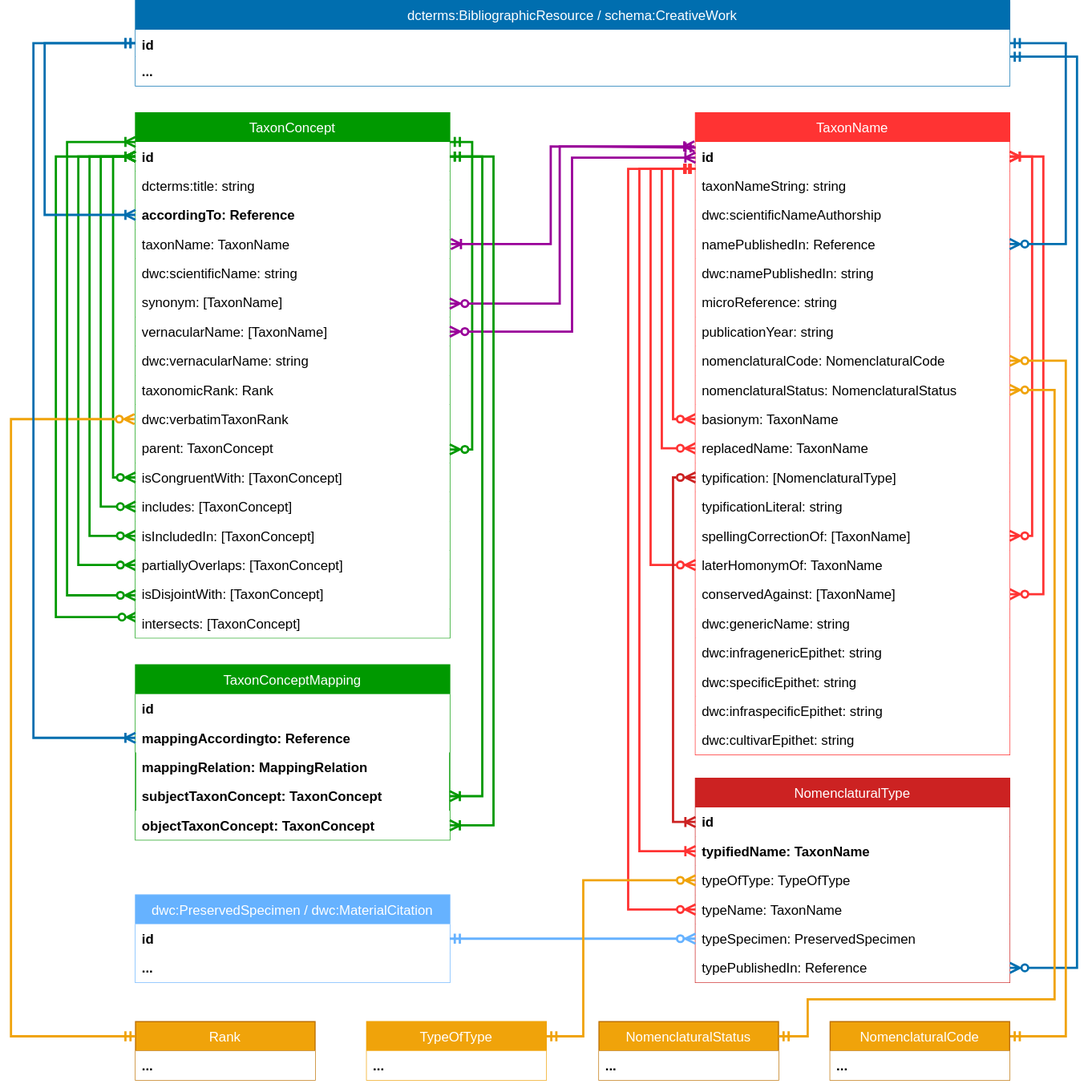
Earlier version of the draw.io export docs/media/tcs-diagram-20240926.drawio.svg (tdwg/tcs2). Source tidied: cells renumbered, new cells last; positions are measured from the earlier drawing's top-left corner, leaving out a move shared by most shapes.
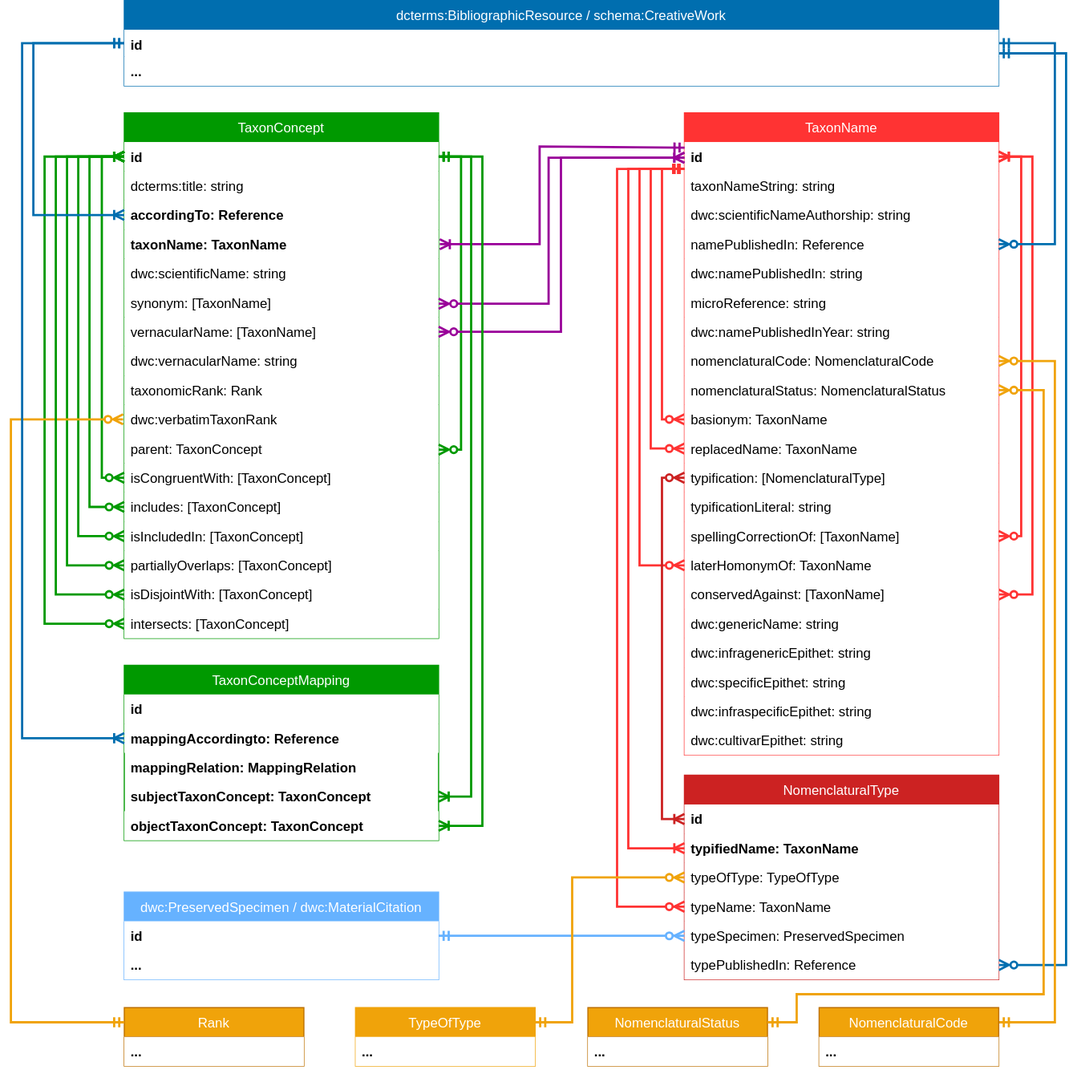
After the commit.

Commit message:
update TCS diagram

The edit, as a diff of the source:
```diff
@@ -14,7 +14,7 @@
     <mxCell id="5" value="accordingTo: Reference" style="text;strokeColor=none;align=left;verticalAlign=top;spacingLeft=4;spacingRight=4;overflow=hidden;fillColor=#ffffff;fontStyle=1;" parent="2" vertex="1">
       <mxGeometry y="78" width="280" height="26" as="geometry" />
     </mxCell>
-    <mxCell id="6" value="taxonName: TaxonName" style="text;strokeColor=none;align=left;verticalAlign=top;spacingLeft=4;spacingRight=4;overflow=hidden;fillColor=#ffffff;" parent="2" vertex="1">
+    <mxCell id="6" value="taxonName: TaxonName" style="text;strokeColor=none;align=left;verticalAlign=top;spacingLeft=4;spacingRight=4;overflow=hidden;fillColor=#ffffff;fontStyle=1;" parent="2" vertex="1">
       <mxGeometry y="104" width="280" height="26" as="geometry" />
     </mxCell>
     <mxCell id="7" value="dwc:scientificName: string" style="text;strokeColor=none;align=left;verticalAlign=top;spacingLeft=4;spacingRight=4;overflow=hidden;fillColor=#ffffff;" parent="2" vertex="1">
@@ -38,14 +38,12 @@
     <mxCell id="13" value="parent: TaxonConcept" style="text;strokeColor=none;align=left;verticalAlign=top;spacingLeft=4;spacingRight=4;overflow=hidden;fillColor=#ffffff;" parent="2" vertex="1">
       <mxGeometry y="286" width="280" height="26" as="geometry" />
     </mxCell>
-    <mxCell id="14" style="edgeStyle=orthogonalEdgeStyle;rounded=0;orthogonalLoop=1;jettySize=auto;html=1;entryX=1;entryY=0.5;entryDx=0;entryDy=0;strokeWidth=2;strokeColor=#009900;startArrow=ERzeroToMany;endArrow=ERmandOne;startFill=0;endFill=0;" parent="2" edge="1">
+    <mxCell id="14" style="edgeStyle=orthogonalEdgeStyle;rounded=0;jettySize=auto;html=1;entryX=1;entryY=0.5;entryDx=0;entryDy=0;strokeWidth=2;strokeColor=#009900;startArrow=ERzeroToMany;endArrow=ERmandOne;startFill=0;endFill=0;" parent="2" edge="1" target="3">
       <mxGeometry relative="1" as="geometry">
         <mxPoint x="280" y="300" as="sourcePoint" />
-        <mxPoint x="280" y="26" as="targetPoint" />
         <Array as="points">
-          <mxPoint x="280" y="300" />
           <mxPoint x="300" y="300" />
-          <mxPoint x="300" y="26" />
+          <mxPoint x="300" y="39" />
         </Array>
       </mxGeometry>
     </mxCell>
@@ -80,10 +78,10 @@
     <mxCell id="21" value="isDisjointWith: [TaxonConcept]" style="text;strokeColor=none;align=left;verticalAlign=top;spacingLeft=4;spacingRight=4;overflow=hidden;points=[[0,0.5],[1,0.5]];portConstraint=eastwest;fillColor=#ffffff;" parent="2" vertex="1">
       <mxGeometry y="416" width="280" height="26" as="geometry" />
     </mxCell>
-    <mxCell id="22" style="edgeStyle=orthogonalEdgeStyle;rounded=0;jettySize=auto;html=1;entryX=0;entryY=0.5;entryDx=0;entryDy=0;strokeColor=#009900;strokeWidth=2;startArrow=ERzeroToMany;startFill=0;endArrow=ERoneToMany;endFill=0;exitX=0.005;exitY=0.285;exitDx=0;exitDy=0;exitPerimeter=0;" parent="2" edge="1" source="23" target="3">
+    <mxCell id="22" style="edgeStyle=orthogonalEdgeStyle;rounded=0;jettySize=auto;html=1;entryX=0;entryY=0.5;entryDx=0;entryDy=0;strokeColor=#009900;strokeWidth=2;startArrow=ERzeroToMany;startFill=0;endArrow=ERoneToMany;endFill=0;exitX=0;exitY=0.5;exitDx=0;exitDy=0;" parent="2" edge="1" source="23" target="3">
       <mxGeometry relative="1" as="geometry">
         <Array as="points">
-          <mxPoint x="-71" y="449" />
+          <mxPoint x="-71" y="455" />
           <mxPoint x="-71" y="39" />
         </Array>
       </mxGeometry>
@@ -116,9 +114,9 @@
     <mxCell id="28" value="taxonNameString: string" style="text;strokeColor=none;align=left;verticalAlign=top;spacingLeft=4;spacingRight=4;overflow=hidden;fillColor=#ffffff;" parent="26" vertex="1">
       <mxGeometry y="52" width="280" height="26" as="geometry" />
     </mxCell>
-    <mxCell id="29" value="dwc:scientificNameAuthorship" style="text;strokeColor=none;align=left;verticalAlign=top;spacingLeft=4;spacingRight=4;overflow=hidden;fillColor=#ffffff;" parent="26" vertex="1">
-      <mxGeometry y="78" width="280" height="26" as="geometry" />
-    </mxCell>
+    <mxCell id="98" value="dwc:scientificNameAuthorship: string" style="text;strokeColor=none;align=left;verticalAlign=top;spacingLeft=4;spacingRight=4;overflow=hidden;fillColor=#ffffff;" parent="26" vertex="1">
+      <mxGeometry y="78" width="280" height="26" as="geometry" />
+    </mxCell>
     <mxCell id="30" value="namePublishedIn: Reference" style="text;strokeColor=none;align=left;verticalAlign=top;spacingLeft=4;spacingRight=4;overflow=hidden;points=[[0,0.5],[1,0.5]];portConstraint=eastwest;fillColor=#ffffff;" parent="26" vertex="1">
       <mxGeometry y="104" width="280" height="26" as="geometry" />
     </mxCell>
@@ -128,7 +126,7 @@
     <mxCell id="32" value="microReference: string" style="text;strokeColor=none;align=left;verticalAlign=top;spacingLeft=4;spacingRight=4;overflow=hidden;fillColor=#ffffff;" parent="26" vertex="1">
       <mxGeometry y="156" width="280" height="26" as="geometry" />
     </mxCell>
-    <mxCell id="33" value="publicationYear: string" style="text;strokeColor=none;align=left;verticalAlign=top;spacingLeft=4;spacingRight=4;overflow=hidden;fillColor=#ffffff;" parent="26" vertex="1">
+    <mxCell id="33" value="dwc:namePublishedInYear: string" style="text;strokeColor=none;align=left;verticalAlign=top;spacingLeft=4;spacingRight=4;overflow=hidden;fillColor=#ffffff;" parent="26" vertex="1">
       <mxGeometry y="182" width="280" height="26" as="geometry" />
     </mxCell>
     <mxCell id="34" value="nomenclaturalCode: NomenclaturalCode" style="text;strokeColor=none;align=left;verticalAlign=top;spacingLeft=4;spacingRight=4;overflow=hidden;points=[[0,0.5],[1,0.5]];portConstraint=eastwest;fillColor=#ffffff;" parent="26" vertex="1">
@@ -208,7 +206,7 @@
       </mxGeometry>
     </mxCell>
     <mxCell id="52" value="dwc:PreservedSpecimen / dwc:MaterialCitation" style="swimlane;fontStyle=0;horizontal=1;startSize=26;fillColor=#66B2FF;strokeWidth=1;fontColor=#ffffff;strokeColor=#66B2FF;" parent="1" vertex="1">
-      <mxGeometry x="111" y="797" width="280" height="78" as="geometry" />
+      <mxGeometry x="111" y="794" width="280" height="78" as="geometry" />
     </mxCell>
     <mxCell id="53" value="id" style="text;strokeColor=none;align=left;verticalAlign=top;spacingLeft=4;spacingRight=4;overflow=hidden;fontStyle=1;fillColor=#ffffff;" parent="52" vertex="1">
       <mxGeometry y="26" width="280" height="26" as="geometry" />
@@ -217,7 +215,7 @@
       <mxGeometry y="52" width="280" height="26" as="geometry" />
     </mxCell>
     <mxCell id="55" value="NomenclaturalType" style="swimlane;fontStyle=0;horizontal=1;startSize=26;strokeWidth=1;fontSize=12;fontColor=#ffffff;fillColor=#cc2222;strokeColor=#CC2222;" parent="1" vertex="1">
-      <mxGeometry x="610" y="693" width="280" height="182" as="geometry" />
+      <mxGeometry x="610" y="690" width="280" height="182" as="geometry" />
     </mxCell>
     <mxCell id="56" value="id" style="text;strokeColor=none;align=left;verticalAlign=top;spacingLeft=4;spacingRight=4;overflow=hidden;points=[[0,0.5],[1,0.5]];portConstraint=eastwest;fontStyle=1;fillColor=#ffffff;" parent="55" vertex="1">
       <mxGeometry y="26" width="280" height="26" as="geometry" />
@@ -247,19 +245,19 @@
       <mxGeometry y="156" width="280" height="26" as="geometry" />
     </mxCell>
     <mxCell id="63" value="Rank" style="swimlane;fontStyle=0;horizontal=1;startSize=26;fillColor=#f0a30a;strokeWidth=1;fontSize=12;strokeColor=#BD7000;fontColor=#ffffff;" parent="1" vertex="1">
-      <mxGeometry x="111" y="910" width="160" height="52" as="geometry" />
+      <mxGeometry x="111" y="897" width="160" height="52" as="geometry" />
     </mxCell>
     <mxCell id="64" value="..." style="text;strokeColor=none;align=left;verticalAlign=top;spacingLeft=4;spacingRight=4;overflow=hidden;fontStyle=1;fillColor=#ffffff;" parent="63" vertex="1">
       <mxGeometry y="26" width="160" height="26" as="geometry" />
     </mxCell>
     <mxCell id="65" value="NomenclaturalStatus" style="swimlane;fontStyle=0;horizontal=1;startSize=26;fillColor=#f0a30a;strokeWidth=1;fontSize=12;strokeColor=#BD7000;fontColor=#ffffff;" parent="1" vertex="1">
-      <mxGeometry x="524" y="910" width="160" height="52" as="geometry" />
+      <mxGeometry x="524" y="897" width="160" height="52" as="geometry" />
     </mxCell>
     <mxCell id="66" value="..." style="text;strokeColor=none;align=left;verticalAlign=top;spacingLeft=4;spacingRight=4;overflow=hidden;fontStyle=1;fillColor=#ffffff;" parent="65" vertex="1">
       <mxGeometry y="26" width="160" height="26" as="geometry" />
     </mxCell>
     <mxCell id="67" value="TypeOfType" style="swimlane;fontStyle=0;horizontal=1;startSize=26;fillColor=#f0a30a;strokeWidth=1;fontSize=12;fontColor=#ffffff;strokeColor=#F0A30A;" parent="1" vertex="1">
-      <mxGeometry x="317" y="910" width="160" height="52" as="geometry" />
+      <mxGeometry x="317" y="897" width="160" height="52" as="geometry" />
     </mxCell>
     <mxCell id="68" value="..." style="text;strokeColor=none;align=left;verticalAlign=top;spacingLeft=4;spacingRight=4;overflow=hidden;fontStyle=1;fillColor=#ffffff;" parent="67" vertex="1">
       <mxGeometry y="26" width="160" height="26" as="geometry" />
@@ -295,7 +293,7 @@
       <mxGeometry relative="1" as="geometry">
         <mxPoint x="610" y="150" as="targetPoint" />
         <Array as="points">
-          <mxPoint x="560" y="758" />
+          <mxPoint x="560" y="755" />
           <mxPoint x="560" y="150" />
         </Array>
       </mxGeometry>
@@ -304,7 +302,7 @@
       <mxGeometry relative="1" as="geometry">
         <mxPoint x="610" y="150" as="targetPoint" />
         <Array as="points">
-          <mxPoint x="550" y="810" />
+          <mxPoint x="550" y="807" />
           <mxPoint x="550" y="150" />
         </Array>
       </mxGeometry>
@@ -315,8 +313,8 @@
     <mxCell id="75" style="edgeStyle=orthogonalEdgeStyle;rounded=0;jettySize=auto;html=1;strokeColor=#F0A30A;strokeWidth=2;endFill=0;startFill=0;startArrow=ERzeroToMany;endArrow=ERmandOne;entryX=1;entryY=0.25;entryDx=0;entryDy=0;exitX=0;exitY=0.5;exitDx=0;exitDy=0;" parent="1" edge="1" source="55" target="67">
       <mxGeometry relative="1" as="geometry">
         <Array as="points">
-          <mxPoint x="510" y="784" />
-          <mxPoint x="510" y="923" />
+          <mxPoint x="510" y="781" />
+          <mxPoint x="510" y="910" />
         </Array>
       </mxGeometry>
     </mxCell>
@@ -329,11 +327,11 @@
     <mxCell id="78" value="..." style="text;strokeColor=none;align=left;verticalAlign=top;spacingLeft=4;spacingRight=4;overflow=hidden;fontStyle=1;fillColor=#ffffff;" parent="76" vertex="1">
       <mxGeometry y="50" width="779" height="26" as="geometry" />
     </mxCell>
-    <mxCell id="79" style="edgeStyle=orthogonalEdgeStyle;rounded=0;jettySize=auto;html=1;strokeColor=#F0A30A;strokeWidth=2;exitX=1;exitY=0.5;exitDx=0;exitDy=0;startArrow=ERzeroToMany;endArrow=ERmandOne;endFill=0;entryX=1;entryY=0.25;entryDx=0;entryDy=0;" parent="1" edge="1" source="34" target="81">
+    <mxCell id="79" style="edgeStyle=orthogonalEdgeStyle;rounded=0;jettySize=auto;html=1;strokeColor=#F0A30A;strokeWidth=2;startArrow=ERzeroToMany;endArrow=ERmandOne;endFill=0;entryX=1;entryY=0.25;entryDx=0;entryDy=0;exitX=1;exitY=0.5;exitDx=0;exitDy=0;" parent="1" edge="1" source="34" target="81">
       <mxGeometry relative="1" as="geometry">
         <Array as="points">
           <mxPoint x="940" y="321" />
-          <mxPoint x="940" y="923" />
+          <mxPoint x="940" y="910" />
         </Array>
       </mxGeometry>
     </mxCell>
@@ -341,14 +339,14 @@
       <mxGeometry relative="1" as="geometry">
         <Array as="points">
           <mxPoint x="930" y="347" />
-          <mxPoint x="930" y="890" />
-          <mxPoint x="710" y="890" />
-          <mxPoint x="710" y="923" />
+          <mxPoint x="930" y="885" />
+          <mxPoint x="710" y="885" />
+          <mxPoint x="710" y="910" />
         </Array>
       </mxGeometry>
     </mxCell>
     <mxCell id="81" value="NomenclaturalCode" style="swimlane;fontStyle=0;horizontal=1;startSize=26;fillColor=#f0a30a;strokeWidth=1;fontSize=12;strokeColor=#BD7000;fontColor=#ffffff;" parent="1" vertex="1">
-      <mxGeometry x="730" y="910" width="160" height="52" as="geometry" />
+      <mxGeometry x="730" y="897" width="160" height="52" as="geometry" />
     </mxCell>
     <mxCell id="82" value="..." style="text;strokeColor=none;align=left;verticalAlign=top;spacingLeft=4;spacingRight=4;overflow=hidden;fontStyle=1;fillColor=#ffffff;" parent="81" vertex="1">
       <mxGeometry y="26" width="160" height="26" as="geometry" />
@@ -362,14 +360,14 @@
         </Array>
       </mxGeometry>
     </mxCell>
-    <mxCell id="84" style="edgeStyle=orthogonalEdgeStyle;rounded=0;orthogonalLoop=1;jettySize=auto;html=1;startArrow=ERzeroToMany;startFill=1;endArrow=ERoneToMany;endFill=0;strokeColor=#990099;strokeWidth=2;entryX=0;entryY=0.5;entryDx=0;entryDy=0;" parent="1" edge="1">
+    <mxCell id="84" style="edgeStyle=orthogonalEdgeStyle;rounded=0;orthogonalLoop=1;jettySize=auto;html=1;startArrow=ERzeroToMany;startFill=1;endArrow=ERoneToMany;endFill=0;strokeColor=#990099;strokeWidth=2;" parent="1" edge="1">
       <mxGeometry relative="1" as="geometry">
         <mxPoint x="391" y="270" as="sourcePoint" />
-        <mxPoint x="609" y="130" as="targetPoint" />
+        <mxPoint x="610" y="140" as="targetPoint" />
         <Array as="points">
-          <mxPoint x="391" y="270" />
           <mxPoint x="489" y="270" />
-          <mxPoint x="489" y="130" />
+          <mxPoint x="489" y="140" />
+          <mxPoint x="609" y="140" />
         </Array>
       </mxGeometry>
     </mxCell>
@@ -377,8 +375,8 @@
       <mxGeometry relative="1" as="geometry">
         <mxPoint x="110" y="373" as="sourcePoint" />
         <Array as="points">
-          <mxPoint y="373" />
-          <mxPoint y="923" />
+          <mxPoint x="10" y="373" />
+          <mxPoint x="10" y="910" />
         </Array>
       </mxGeometry>
     </mxCell>
@@ -433,21 +431,19 @@
         </Array>
       </mxGeometry>
     </mxCell>
-    <mxCell id="96" style="edgeStyle=orthogonalEdgeStyle;rounded=0;orthogonalLoop=1;jettySize=auto;html=1;entryX=0;entryY=0.5;entryDx=0;entryDy=0;strokeColor=#009900;strokeWidth=2;startArrow=ERzeroToMany;startFill=0;endArrow=ERoneToMany;endFill=0;" parent="1" edge="1">
+    <mxCell id="96" style="edgeStyle=orthogonalEdgeStyle;rounded=0;jettySize=auto;html=1;entryX=0;entryY=0.5;entryDx=0;entryDy=0;strokeColor=#009900;strokeWidth=2;startArrow=ERzeroToMany;startFill=0;endArrow=ERoneToMany;endFill=0;exitX=0;exitY=0.5;exitDx=0;exitDy=0;" parent="1" edge="1" source="21">
       <mxGeometry relative="1" as="geometry">
-        <mxPoint x="111" y="530" as="sourcePoint" />
-        <mxPoint x="111" y="126" as="targetPoint" />
+        <mxPoint x="111" y="139" as="targetPoint" />
         <Array as="points">
-          <mxPoint x="111" y="530" />
-          <mxPoint x="50" y="530" />
-          <mxPoint x="50" y="126" />
+          <mxPoint x="50" y="529" />
+          <mxPoint x="50" y="139" />
         </Array>
       </mxGeometry>
     </mxCell>
     <mxCell id="97" style="edgeStyle=orthogonalEdgeStyle;rounded=0;jettySize=auto;html=1;strokeWidth=2;strokeColor=#CC2222;startArrow=ERoneToMany;endArrow=ERzeroToMany;exitX=0;exitY=0.5;exitDx=0;exitDy=0;entryX=0;entryY=0.5;entryDx=0;entryDy=0;endFill=0;startFill=0;" parent="1" edge="1" source="56" target="41">
       <mxGeometry relative="1" as="geometry">
         <Array as="points">
-          <mxPoint x="590" y="732" />
+          <mxPoint x="590" y="729" />
           <mxPoint x="590" y="425" />
         </Array>
       </mxGeometry>
```
